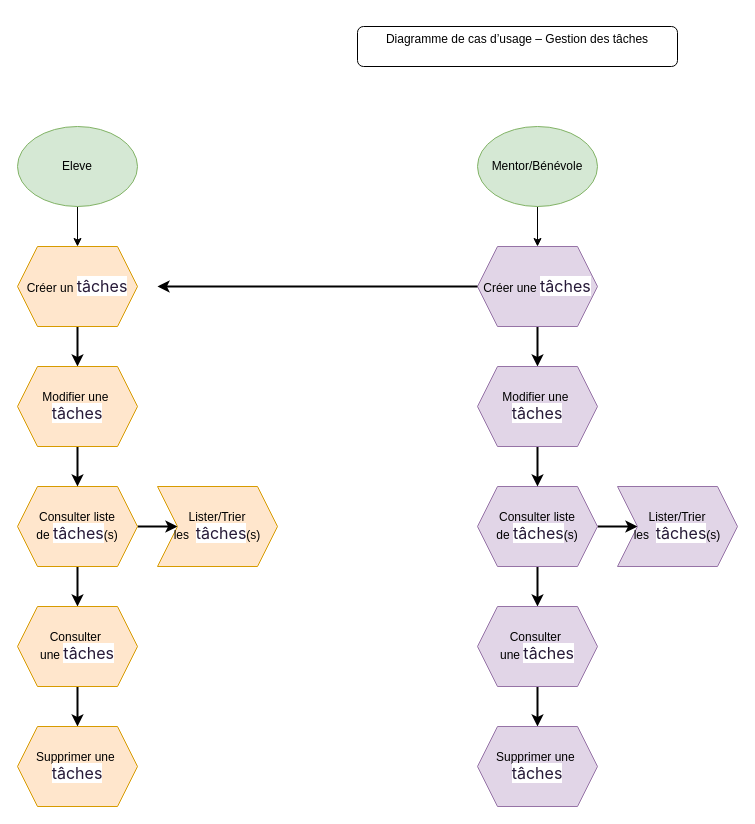
The draw.io diagram Diagramme de cas d’usage – Gestion des tâches.drawio in frederic5962/Learn-Home_p10, before the edit. Source tidied: cells renumbered, new cells numbered last; positions are measured from the earlier drawing's top-left corner, leaving out a move shared by most shapes. Both pictures are drawn from the tidied source at 100%, with x=0, y=0 at pixel (17, 26).
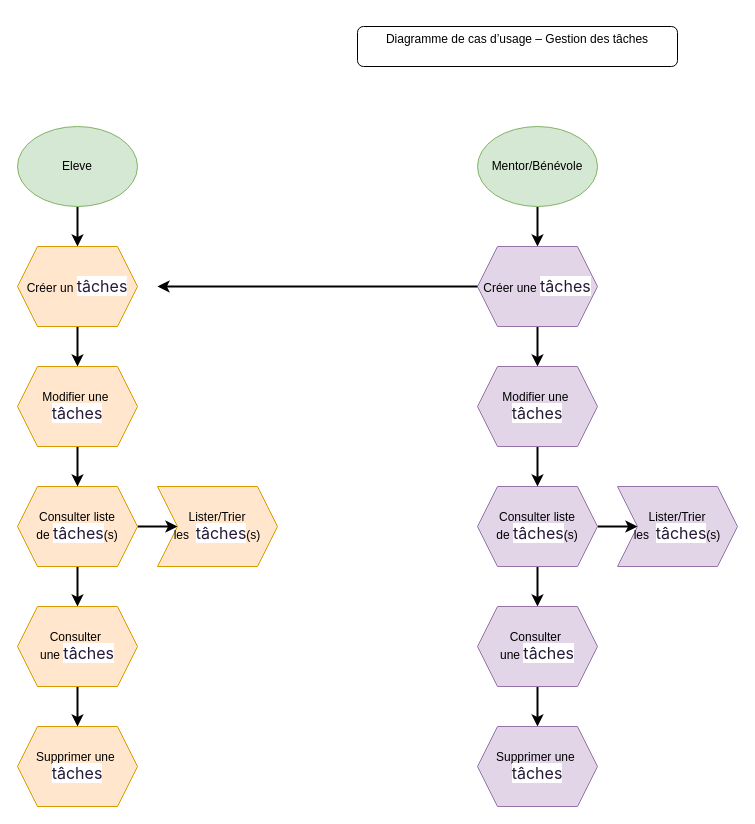
The same diagram, later.

Commit message (it also covers changes not shown here):
Mettre à jour Diagramme de cas d’usage – Gestion des tâches.drawio

Unchanged cells that the change refers to:
```xml
<mxCell id="4" value="Eleve" style="ellipse;whiteSpace=wrap;html=1;fillColor=#d5e8d4;strokeColor=#82b366;" parent="1" vertex="1">
  <mxGeometry y="100" width="120" height="80" as="geometry" />
</mxCell>
<mxCell id="6" value="Mentor/Bénévole" style="ellipse;whiteSpace=wrap;html=1;fillColor=#d5e8d4;strokeColor=#82b366;" parent="1" vertex="1">
  <mxGeometry x="460" y="100" width="120" height="80" as="geometry" />
</mxCell>
<mxCell id="8" value="Créer un&amp;nbsp;&lt;span style=&quot;color: rgb(39, 26, 56); font-family: Inter; font-size: 16px; text-align: left; background-color: rgb(255, 255, 255);&quot;&gt;tâches&lt;/span&gt;" style="shape=hexagon;perimeter=hexagonPerimeter2;whiteSpace=wrap;html=1;fixedSize=1;fillColor=#ffe6cc;strokeColor=#d79b00;" parent="1" vertex="1">
  <mxGeometry y="220" width="120" height="80" as="geometry" />
</mxCell>
<mxCell id="13" value="Créer une&amp;nbsp;&lt;span style=&quot;color: rgb(39, 26, 56); font-family: Inter; font-size: 16px; text-align: left; background-color: rgb(255, 255, 255);&quot;&gt;tâches&lt;/span&gt;" style="shape=hexagon;perimeter=hexagonPerimeter2;whiteSpace=wrap;html=1;fixedSize=1;fillColor=#e1d5e7;strokeColor=#9673a6;" parent="1" vertex="1">
  <mxGeometry x="460" y="220" width="120" height="80" as="geometry" />
</mxCell>
```

Diff of the diagram source:
```diff
@@
-    <mxCell id="3" style="edgeStyle=orthogonalEdgeStyle;rounded=0;jettySize=auto;html=1;" parent="1" edge="1" source="4" target="8">
+    <mxCell id="3" style="edgeStyle=orthogonalEdgeStyle;rounded=0;jettySize=auto;html=1;strokeWidth=2;" parent="1" edge="1" source="4" target="8">
       <mxGeometry relative="1" as="geometry" />
     </mxCell>
@@
-    <mxCell id="5" style="edgeStyle=orthogonalEdgeStyle;rounded=0;jettySize=auto;html=1;" parent="1" edge="1" source="6" target="13">
+    <mxCell id="5" style="edgeStyle=orthogonalEdgeStyle;rounded=0;jettySize=auto;html=1;strokeWidth=2;" parent="1" edge="1" source="6" target="13">
       <mxGeometry relative="1" as="geometry" />
     </mxCell>
```
